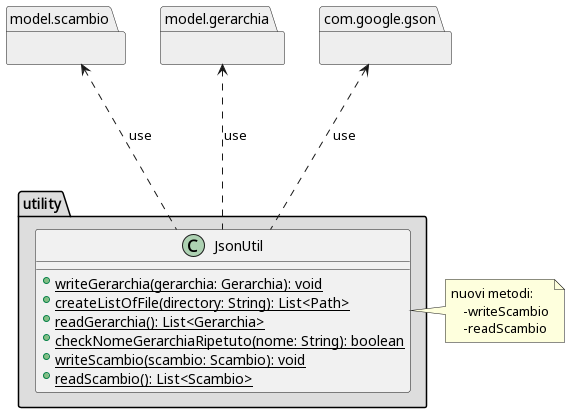
This is out/Documentation/Ver2/utility.png from bernagit/IngegneriaSoftware, a PlantUML export, as it was before one commit. Its diagram source:
```plantuml
@startuml utility

package com.google.gson #EEEEEE{}

package model.gerarchia #EEEEEE{}

package model.scambio #EEEEEE{}

package "utility" #DDDDDD{

    class JsonUtil{
        +{static} writeGerarchia(gerarchia: Gerarchia): void
        +{static} createListOfFile(directory: String): List<Path>
        +{static} readGerarchia(): List<Gerarchia>
        +{static} checkNomeGerarchiaRipetuto(nome: String): boolean
        +{static} writeScambio(scambio: Scambio): void
        +{static} readScambio(): List<Scambio>
    }

    JsonUtil -up..> com.google.gson: use
    JsonUtil -up..> model.gerarchia: use
    JsonUtil -up..> model.scambio: use

}
note right of JsonUtil
nuovi metodi:
    -writeScambio
    -readScambio
end note




@enduml
```
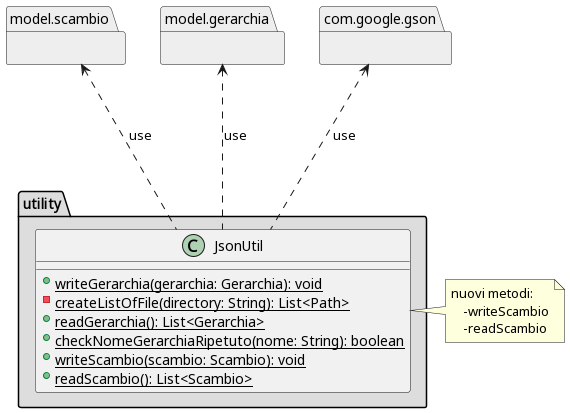
After the commit.

Diff of the diagram source:
```diff
@@ -10,7 +10,7 @@
 
     class JsonUtil{
         +{static} writeGerarchia(gerarchia: Gerarchia): void
-        +{static} createListOfFile(directory: String): List<Path>
+        -{static} createListOfFile(directory: String): List<Path>
         +{static} readGerarchia(): List<Gerarchia>
         +{static} checkNomeGerarchiaRipetuto(nome: String): boolean
         +{static} writeScambio(scambio: Scambio): void
```
